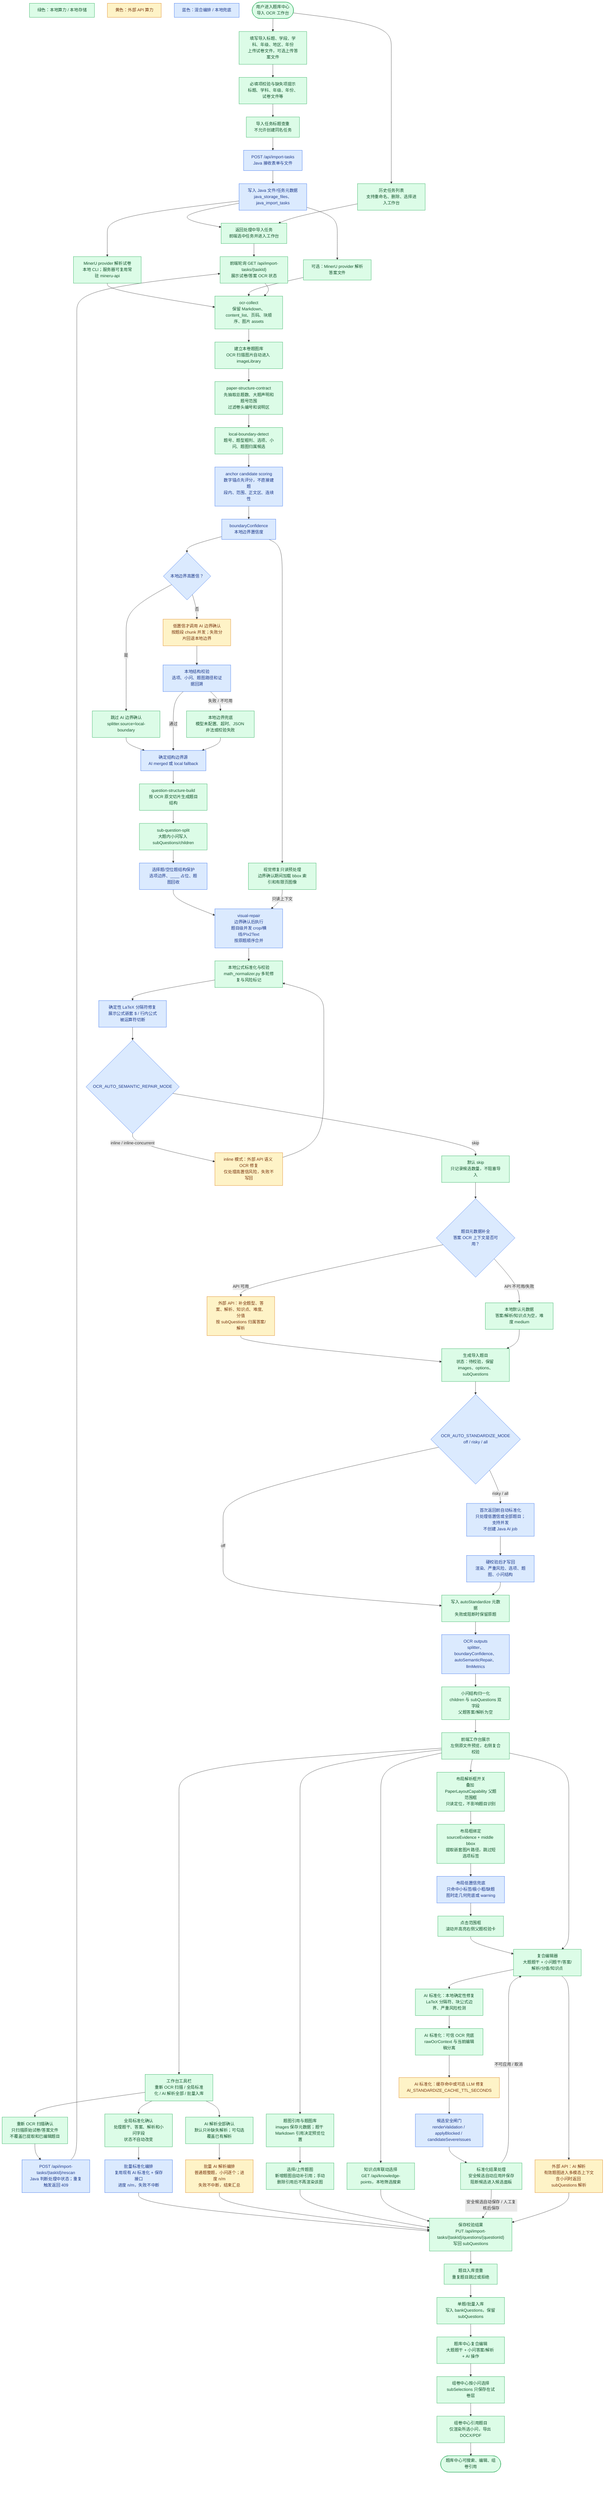
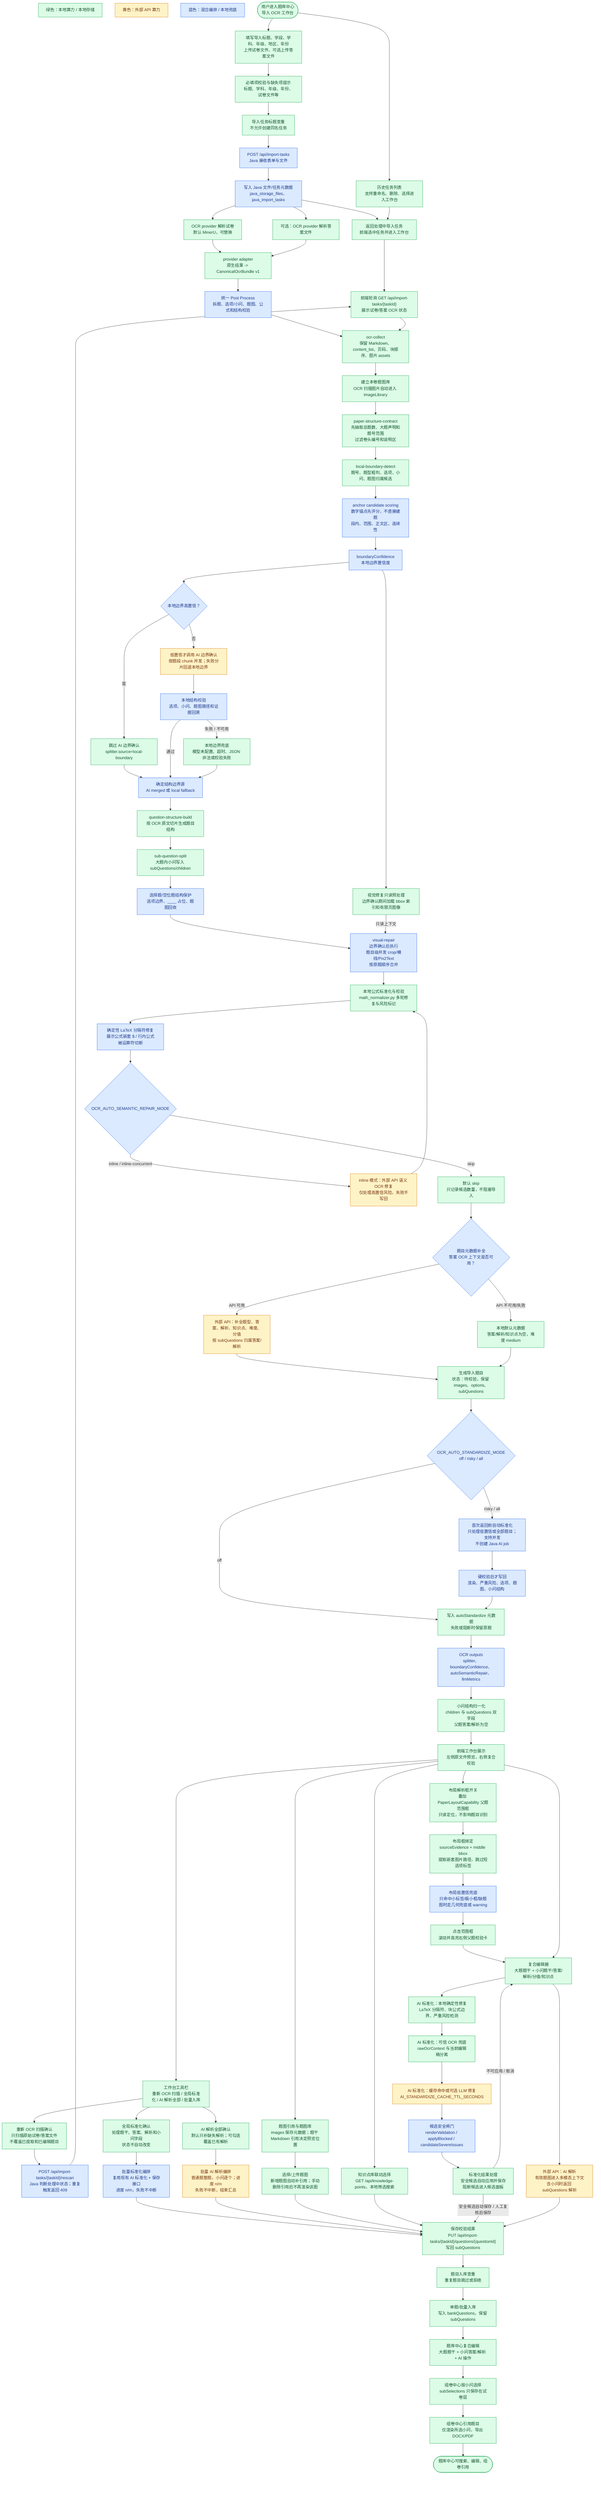
- %% Version: 2026-07-10 / product v16 / GlobalStandardize
+ %% Version: 2026-07-15 / OpenAPI 1.2.0 / ProviderPostProcess
%% Status: current-primary
%% Scope: import OCR workbench UX, task lifecycle, structure-contract extraction, first-return auto standardization, layout overlay isolation, rescan, global standardization, batch AI analysis, and manual review.
flowchart TD
  LegendLocal["绿色：本地算力 / 本地存储"]:::local
  LegendExternal["黄色：外部 API 算力"]:::external
  LegendMixed["蓝色：混合编排 / 本地兜底"]:::mixed

  Start(["用户进入题库中心<br/>导入 OCR 工作台"]):::local
  Create["填写导入标题、学段、学科、年级、地区、年份<br/>上传试卷文件，可选上传答案文件"]:::local
  Required["必填项校验与缺失项提示<br/>标题、学科、年级、年份、试卷文件等"]:::local
  NameDedup["导入任务标题查重<br/>不允许创建同名任务"]:::local
  Post["POST /api/import-tasks<br/>Java 接收表单与文件"]:::mixed
  Persist["写入 Java 文件/任务元数据<br/>java_storage_files、java_import_tasks"]:::mixed
  ReturnTask["返回处理中导入任务<br/>前端选中任务并进入工作台"]:::local
  TaskManage["历史任务列表<br/>支持重命名、删除、选择进入工作台"]:::local

-   PaperOcr["MinerU provider 解析试卷<br/>本地 CLI；服务器可复用常驻 mineru-api"]:::local
-   AnswerOcr["可选：MinerU provider 解析答案文件"]:::local
+   PaperOcr["OCR provider 解析试卷<br/>默认 MinerU，可替换"]:::local
+   AnswerOcr["可选：OCR provider 解析答案文件"]:::local
+   ProviderAdapter["provider adapter<br/>原生结果 -> CanonicalOcrBundle v1"]:::local
+   PostProcess["统一 Post Process<br/>拆题、选项/小问、题图、公式和结构校验"]:::mixed
  Poll["前端轮询 GET /api/import-tasks/{taskId}<br/>展示试卷/答案 OCR 状态"]:::local
  Collect["ocr-collect<br/>保留 Markdown、content_list、页码、块顺序、图片 assets"]:::local
  ImageLibrary["建立本卷题图库<br/>OCR 扫描图片自动进入 imageLibrary"]:::local

  StructureContract["paper-structure-contract<br/>先抽取总题数、大题声明和题号范围<br/>过滤卷头编号和说明区"]:::local
  LocalBoundary["local-boundary-detect<br/>题号、题型粗判、选项、小问、题图归属候选"]:::local
  AnchorCandidate["anchor candidate scoring<br/>数字锚点先评分，不直接建题<br/>段内、范围、正文区、连续性"]:::mixed
  BoundaryConfidence["boundaryConfidence<br/>本地边界置信度"]:::mixed
  BoundaryHigh{"本地边界高置信？"}:::mixed
  BoundarySkip["跳过 AI 边界确认<br/>splitter.source=local-boundary"]:::local
  LlmBoundary["低置信才调用 AI 边界确认<br/>按题段 chunk 并发；失败分片回退本地边界"]:::external
  BoundaryValidate["本地结构校验<br/>选项、小问、题图路径和证据回溯"]:::mixed
  BoundaryFallback["本地边界兜底<br/>模型未配置、超时、JSON 非法或校验失败"]:::local
  BoundarySource["确定结构边界源<br/>AI merged 或 local fallback"]:::mixed
  VisualRepairPreload["视觉修复只读预处理<br/>边界确认期间加载 bbox 索引和有限页图像"]:::local

  BuildStructure["question-structure-build<br/>按 OCR 原文切片生成题目结构"]:::local
  SubQuestionSplit["sub-question-split<br/>大题内小问写入 subQuestions/children"]:::local
  ChoiceBlankProtect["选择题/空位题结构保护<br/>选项边界、____ 占位、题图回收"]:::mixed
  VisualRepair["visual-repair<br/>边界确认后执行<br/>题目级并发 crop/横线/Pix2Text<br/>按原题顺序合并"]:::mixed
  MathNormalize["本地公式标准化与校验<br/>math_normalizer.py 多轮修复与风险标记"]:::local
  LatexDelimiter["确定性 LaTeX 分隔符修复<br/>展示公式嵌套 $ / 行内公式被运算符切断"]:::mixed
  AutoSemanticMode{"OCR_AUTO_SEMANTIC_REPAIR_MODE"}:::mixed
  AutoSemanticSkip["默认 skip<br/>只记录候选数量，不阻塞导入"]:::local
  SemanticApi["inline 模式：外部 API 语义 OCR 修复<br/>仅处理高置信风险，失败不写回"]:::external

  MetadataFlow{"题目元数据补全<br/>答案 OCR 上下文是否可用？"}:::mixed
  MetadataApi["外部 API：补全题型、答案、解析、知识点、难度、分值<br/>按 subQuestions 归属答案/解析"]:::external
  MetadataFallback["本地默认元数据<br/>答案/解析/知识点为空，难度 medium"]:::local

  BuildImport["生成导入题目<br/>状态：待校验，保留 images、options、subQuestions"]:::local
  AutoStdMode{"OCR_AUTO_STANDARDIZE_MODE<br/>off / risky / all"}:::mixed
  AutoStdRun["首次返回前自动标准化<br/>只处理低置信或全部题目；支持并发<br/>不创建 Java AI job"]:::mixed
  AutoStdGate["硬校验后才写回<br/>渲染、严重风险、选项、题图、小问结构"]:::mixed
  AutoStdMeta["写入 autoStandardize 元数据<br/>失败或阻断时保留原题"]:::local
  OcrOutputs["OCR outputs<br/>splitter、boundaryConfidence、autoSemanticRepair、llmMetrics"]:::mixed
  SubQuestionNormalize["小问结构归一化<br/>children 与 subQuestions 双字段<br/>父题答案/解析为空"]:::local
  Workbench["前端工作台展示<br/>左侧原文件预览，右侧复合校验"]:::local
  LayoutToggle["布局解析框开关<br/>叠加 PaperLayoutCapability 父题范围框<br/>只读定位，不影响题目识别"]:::local
  LayoutBind["布局框绑定<br/>sourceEvidence + middle bbox<br/>提取嵌套图片路径，跳过短选项标签"]:::local
  LayoutFallback["布局低置信兜底<br/>只命中小标签/极小框/缺题图时走几何兜底或 warning"]:::mixed
  LayoutClick["点击范围框<br/>滚动并高亮右侧父题校验卡"]:::local
  Toolbar["工作台工具栏<br/>重新 OCR 扫描 / 全局标准化 / AI 解析全部 / 批量入库"]:::local
  RescanConfirm["重新 OCR 扫描确认<br/>只扫描原始试卷/答案文件<br/>不覆盖已提取和已编辑题目"]:::local
  RescanApi["POST /api/import-tasks/{taskId}/rescan<br/>Java 判断处理中状态；重复触发返回 409"]:::mixed
  BatchStdConfirm["全局标准化确认<br/>处理题干、答案、解析和小问字段<br/>状态不自动改变"]:::local
  BatchStdLoop["批量标准化编排<br/>复用现有 AI 标准化 + 保存接口<br/>进度 n/m，失败不中断"]:::mixed
  BatchAiConfirm["AI 解析全部确认<br/>默认只补缺失解析；可勾选覆盖已有解析"]:::local
  BatchAiLoop["批量 AI 解析编排<br/>普通题整题，小问逐个；进度 n/m<br/>失败不中断，结束汇总"]:::external
  FigureRefs["题图引用与题图库<br/>images 保存元数据；题干 Markdown 引用决定预览位置"]:::local
  ImportImages["选择/上传题图<br/>新增题图自动补引用；手动删除引用后不再渲染该图"]:::local
  KnowledgePick["知识点库联动选择<br/>GET /api/knowledge-points，本地筛选搜索"]:::local
  ManualEdit["复合编辑器<br/>大题题干 + 小问题干/答案/解析/分值/知识点"]:::local

  StdLocal["AI 标准化：本地确定性修复<br/>LaTeX 分隔符、块公式边界、严重风险检测"]:::local
  StdOcr["AI 标准化：可信 OCR 兜底<br/>rawOcrContext 与当前编辑稿分离"]:::local
  StdLlm["AI 标准化：缓存命中或可选 LLM 修复<br/>AI_STANDARDIZE_CACHE_TTL_SECONDS"]:::external
  StdGate["候选安全闸门<br/>renderValidation / applyBlocked / candidateSevereIssues"]:::mixed
  CandidatePanel["标准化结果处理<br/>安全候选自动应用并保存<br/>阻断候选进入候选面板"]:::local
  AiAnalysis["外部 API：AI 解析<br/>有效题图进入多模态上下文<br/>含小问时返回 subQuestions 解析"]:::external
  SaveReview["保存校验结果<br/>PUT /api/import-tasks/{taskId}/questions/{questionId}<br/>写回 subQuestions"]:::local
  BankDedup["题目入库查重<br/>重复题目跳过或拒绝"]:::local
  Bank["单题/批量入库<br/>写入 bankQuestions，保留 subQuestions"]:::local
  BankEdit["题库中心复合编辑<br/>大题题干 + 小问答案/解析 + AI 操作"]:::local
  PaperSubSelect["组卷中心按小问选择<br/>subSelections 只保存在试卷层"]:::local
  PaperExport["组卷中心引用题目<br/>仅渲染所选小问，导出 DOCX/PDF"]:::local
  End(["题库中心可搜索、编辑、组卷引用"]):::local

  Start --> Create --> Required --> NameDedup --> Post --> Persist --> ReturnTask
  Start --> TaskManage --> ReturnTask
  Persist --> PaperOcr
  Persist --> AnswerOcr
  ReturnTask --> Poll
-   PaperOcr --> Collect
-   AnswerOcr --> Collect
+   PaperOcr --> ProviderAdapter
+   AnswerOcr --> ProviderAdapter
+   ProviderAdapter --> PostProcess --> Collect
  Poll --> Collect
  Collect --> ImageLibrary --> StructureContract --> LocalBoundary --> AnchorCandidate --> BoundaryConfidence --> BoundaryHigh
  BoundaryConfidence --> VisualRepairPreload
  BoundaryHigh -- "是" --> BoundarySkip --> BoundarySource
  BoundaryHigh -- "否" --> LlmBoundary --> BoundaryValidate
  BoundaryValidate -- "通过" --> BoundarySource
  BoundaryValidate -- "失败 / 不可用" --> BoundaryFallback --> BoundarySource
  BoundarySource --> BuildStructure --> SubQuestionSplit --> ChoiceBlankProtect --> VisualRepair --> MathNormalize
  VisualRepairPreload -- "只读上下文" --> VisualRepair
  MathNormalize --> LatexDelimiter --> AutoSemanticMode
  AutoSemanticMode -- "skip" --> AutoSemanticSkip --> MetadataFlow
  AutoSemanticMode -- "inline / inline-concurrent" --> SemanticApi --> MathNormalize
  MetadataFlow -- "API 可用" --> MetadataApi --> BuildImport
  MetadataFlow -- "API 不可用/失败" --> MetadataFallback --> BuildImport
  BuildImport --> AutoStdMode
  AutoStdMode -- "off" --> AutoStdMeta
  AutoStdMode -- "risky / all" --> AutoStdRun --> AutoStdGate --> AutoStdMeta
  AutoStdMeta --> OcrOutputs --> SubQuestionNormalize --> Workbench
  Workbench --> LayoutToggle --> LayoutBind --> LayoutFallback --> LayoutClick --> ManualEdit
  Workbench --> Toolbar
  Toolbar --> RescanConfirm --> RescanApi --> Poll
  Toolbar --> BatchStdConfirm --> BatchStdLoop --> SaveReview
  Toolbar --> BatchAiConfirm --> BatchAiLoop --> SaveReview
  Workbench --> FigureRefs --> ImportImages --> SaveReview
  Workbench --> KnowledgePick --> SaveReview
  Workbench --> ManualEdit
  ManualEdit --> StdLocal --> StdOcr --> StdLlm --> StdGate --> CandidatePanel
  CandidatePanel -- "安全候选自动保存 / 人工复核后保存" --> SaveReview
  CandidatePanel -- "不可应用 / 取消" --> ManualEdit
  ManualEdit --> AiAnalysis --> SaveReview
  SaveReview --> BankDedup --> Bank --> BankEdit --> PaperSubSelect --> PaperExport --> End

  classDef local fill:#dcfce7,stroke:#16a34a,color:#14532d,stroke-width:1px;
  classDef external fill:#fef3c7,stroke:#d97706,color:#78350f,stroke-width:1px;
  classDef mixed fill:#dbeafe,stroke:#2563eb,color:#1e3a8a,stroke-width:1px;
